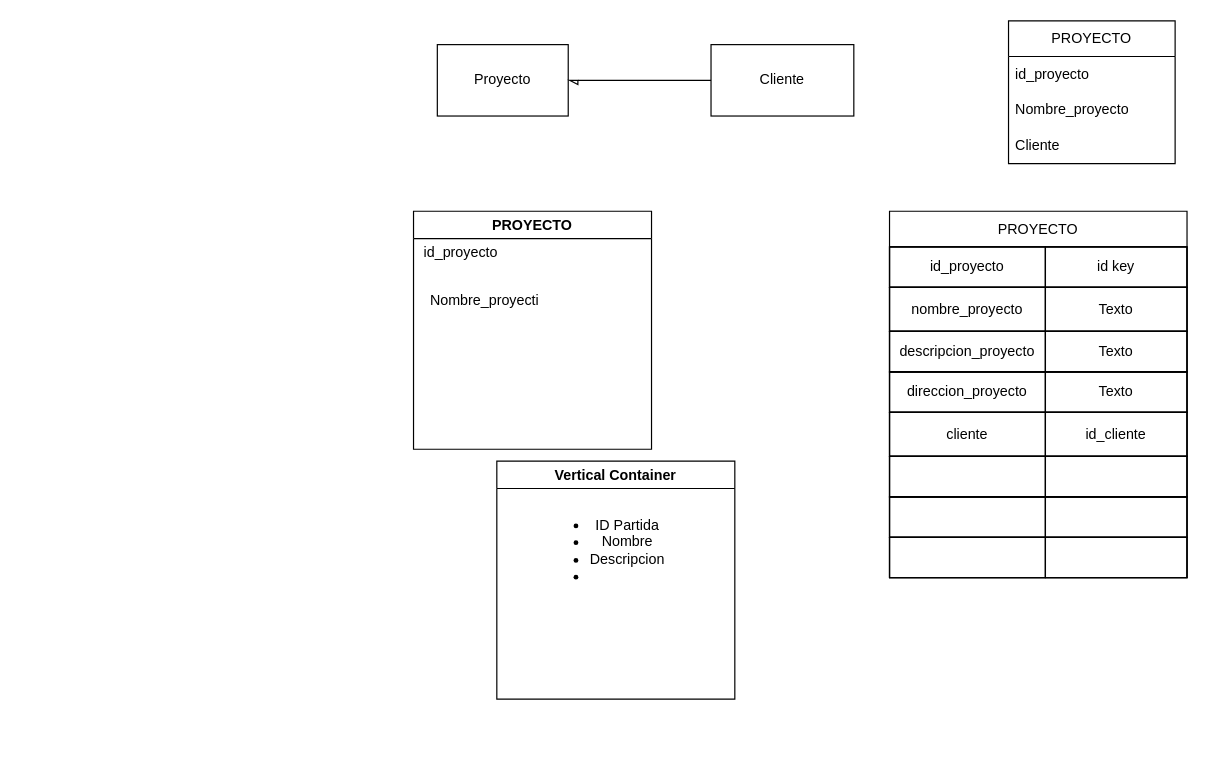
The draw.io diagram Base_datos.drawio in joserra71/AdmonObra, before the edit. Source tidied: cells renumbered, new cells numbered last; positions are measured from the earlier drawing's top-left corner, leaving out a move shared by most shapes. Both pictures are drawn from the tidied source at 119%, with x=0, y=0 at pixel (413, 20).
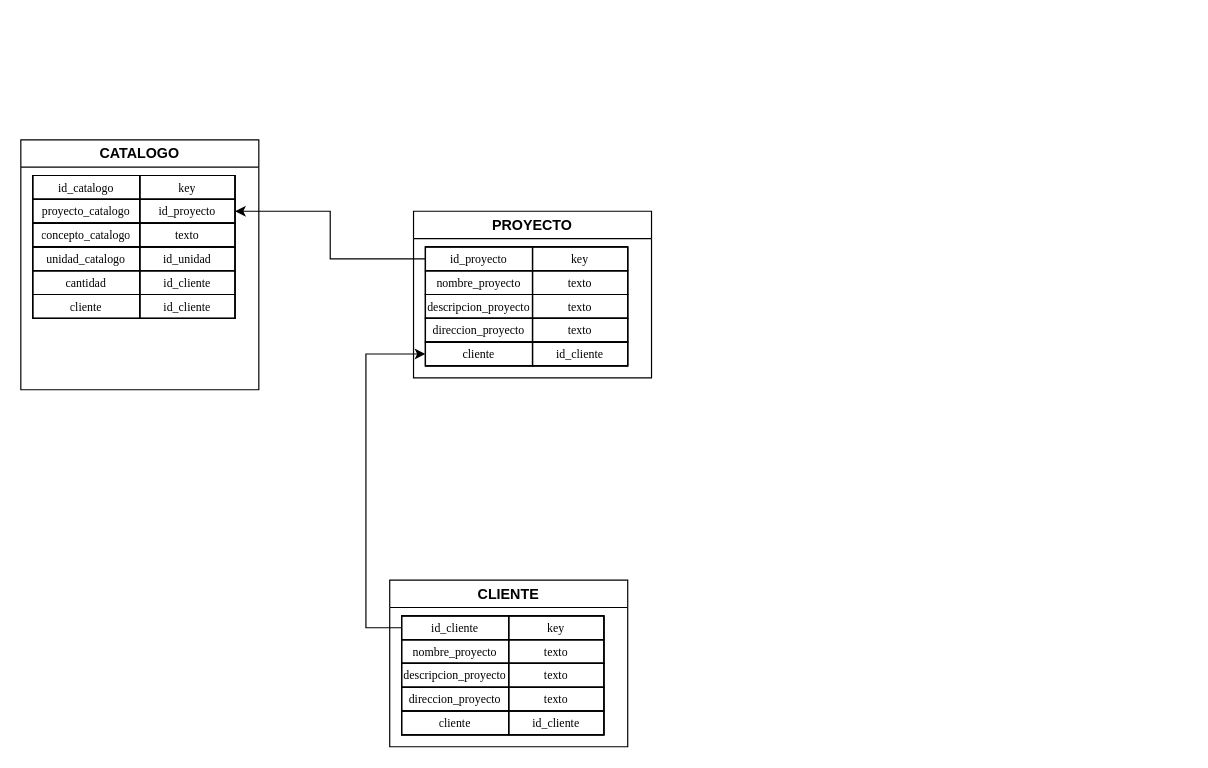
Above is the later version.

The edit, as a diff of the source:
```diff
@@
-    <mxCell id="2" value="Proyecto" style="whiteSpace=wrap;html=1;" parent="1" vertex="1">
-      <mxGeometry x="20" y="20" width="110" height="60" as="geometry" />
-    </mxCell>
-    <mxCell id="3" value="Cliente" style="whiteSpace=wrap;html=1;" parent="1" vertex="1">
-      <mxGeometry x="250" y="20" width="120" height="60" as="geometry" />
-    </mxCell>
-    <mxCell id="4" style="endArrow=async;html=1;rounded=0;defaultLabelBackgroundColor=page;endFill=0;entryX=1;entryY=0.5;entryDx=0;entryDy=0;exitX=0;exitY=0.5;exitDx=0;exitDy=0;" parent="1" edge="1" source="3" target="2">
-      <mxGeometry x="-0.15" relative="1" as="geometry">
-        <Array as="points">
-          <mxPoint x="200" y="50" />
-        </Array>
-      </mxGeometry>
-    </mxCell>
-    <mxCell id="5" value="Vertical Container" style="swimlane;whiteSpace=wrap;html=1;" parent="1" vertex="1">
-      <mxGeometry x="70" y="370" width="200" height="200" as="geometry" />
-    </mxCell>
-    <mxCell id="6" value="&lt;ul&gt;&lt;li&gt;ID Partida&lt;/li&gt;&lt;li&gt;Nombre&lt;/li&gt;&lt;li&gt;Descripcion&lt;/li&gt;&lt;li&gt;&lt;br&gt;&lt;/li&gt;&lt;/ul&gt;" style="text;html=1;whiteSpace=wrap;strokeColor=none;fillColor=none;align=center;verticalAlign=middle;rounded=0;" parent="5" vertex="1">
-      <mxGeometry x="30" y="60" width="120" height="30" as="geometry" />
-    </mxCell>
     <mxCell id="7" value="PROYECTO" style="swimlane;whiteSpace=wrap;html=1;" parent="1" vertex="1">
-      <mxGeometry y="160" width="200" height="200" as="geometry" />
+      <mxGeometry y="160" width="200" height="140" as="geometry" />
     </mxCell>
-    <mxCell id="8" value="id_proyecto" style="text;html=1;whiteSpace=wrap;strokeColor=none;fillColor=none;align=center;verticalAlign=middle;rounded=0;" parent="7" vertex="1">
-      <mxGeometry x="10" y="20" width="60" height="30" as="geometry" />
-    </mxCell>
-    <mxCell id="9" value="Nombre_proyecti" style="text;html=1;whiteSpace=wrap;strokeColor=none;fillColor=none;align=center;verticalAlign=middle;rounded=0;" parent="1" vertex="1">
-      <mxGeometry x="30" y="220" width="60" height="30" as="geometry" />
-    </mxCell>
-    <mxCell id="10" value="PROYECTO" style="swimlane;fontStyle=0;horizontal=1;startSize=30;whiteSpace=wrap;html=1;" parent="1" vertex="1">
-      <mxGeometry x="500" width="140" height="120" as="geometry" />
-    </mxCell>
-    <mxCell id="11" value="id_proyecto" style="text;strokeColor=none;fillColor=none;align=left;verticalAlign=middle;spacingLeft=4;spacingRight=4;overflow=hidden;whiteSpace=wrap;html=1;" parent="10" vertex="1">
-      <mxGeometry y="30" width="140" height="30" as="geometry" />
-    </mxCell>
-    <mxCell id="12" value="Nombre_proyecto" style="text;strokeColor=none;fillColor=none;align=left;verticalAlign=middle;spacingLeft=4;spacingRight=4;overflow=hidden;whiteSpace=wrap;html=1;" parent="10" vertex="1">
-      <mxGeometry y="60" width="140" height="30" as="geometry" />
-    </mxCell>
-    <mxCell id="13" value="Cliente" style="text;strokeColor=none;fillColor=none;align=left;verticalAlign=middle;spacingLeft=4;spacingRight=4;overflow=hidden;whiteSpace=wrap;html=1;" parent="10" vertex="1">
-      <mxGeometry y="90" width="140" height="30" as="geometry" />
-    </mxCell>
-    <mxCell id="14" value="PROYECTO" style="shape=table;startSize=30;childLayout=tableLayout;fixedHeader=1;tableRender=collapsed;" parent="1" vertex="1">
-      <mxGeometry x="400" y="160" width="250" height="308" as="geometry" />
-    </mxCell>
-    <mxCell id="15" style="shape=tableRow;horizontal=0;startSize=0;swimlaneHead=0;swimlaneBody=0;strokeColor=inherit;fillColor=none;fixedHeader=1;" parent="14" vertex="1">
-      <mxGeometry y="30" width="250" height="34" as="geometry" />
-    </mxCell>
-    <mxCell id="16" value="id_proyecto" style="shape=partialRectangle;html=1;whiteSpace=wrap;strokeColor=inherit;overflow=hidden;fillColor=none;" parent="15" vertex="1">
-      <mxGeometry width="131" height="34" as="geometry" />
-    </mxCell>
-    <mxCell id="17" value="id key" style="shape=partialRectangle;html=1;whiteSpace=wrap;strokeColor=inherit;overflow=hidden;fillColor=none;" parent="15" vertex="1">
-      <mxGeometry x="131" width="119" height="34" as="geometry" />
-    </mxCell>
-    <mxCell id="18" style="shape=tableRow;horizontal=0;startSize=0;swimlaneHead=0;swimlaneBody=0;strokeColor=inherit;fillColor=none;fixedHeader=1;" parent="14" vertex="1">
-      <mxGeometry y="64" width="250" height="37" as="geometry" />
-    </mxCell>
-    <mxCell id="19" value="nombre_proyecto" style="shape=partialRectangle;html=1;whiteSpace=wrap;strokeColor=inherit;overflow=hidden;fillColor=none;" parent="18" vertex="1">
-      <mxGeometry width="131" height="37" as="geometry" />
-    </mxCell>
-    <mxCell id="20" value="Texto" style="shape=partialRectangle;html=1;whiteSpace=wrap;strokeColor=inherit;overflow=hidden;fillColor=none;" parent="18" vertex="1">
-      <mxGeometry x="131" width="119" height="37" as="geometry" />
-    </mxCell>
-    <mxCell id="21" style="shape=tableRow;horizontal=0;startSize=0;swimlaneHead=0;swimlaneBody=0;strokeColor=inherit;fillColor=none;fixedHeader=1;" parent="14" vertex="1">
-      <mxGeometry y="101" width="250" height="34" as="geometry" />
-    </mxCell>
-    <mxCell id="22" value="descripcion_proyecto" style="shape=partialRectangle;html=1;whiteSpace=wrap;strokeColor=inherit;overflow=hidden;fillColor=none;" parent="21" vertex="1">
-      <mxGeometry width="131" height="34" as="geometry" />
-    </mxCell>
-    <mxCell id="23" value="Texto" style="shape=partialRectangle;html=1;whiteSpace=wrap;strokeColor=inherit;overflow=hidden;fillColor=none;" parent="21" vertex="1">
-      <mxGeometry x="131" width="119" height="34" as="geometry" />
-    </mxCell>
-    <mxCell id="24" style="shape=tableRow;horizontal=0;startSize=0;swimlaneHead=0;swimlaneBody=0;strokeColor=inherit;fillColor=none;fixedHeader=1;" parent="14" vertex="1">
-      <mxGeometry y="135" width="250" height="34" as="geometry" />
-    </mxCell>
-    <mxCell id="25" value="direccion_proyecto" style="shape=partialRectangle;html=1;whiteSpace=wrap;strokeColor=inherit;overflow=hidden;fillColor=none;" parent="24" vertex="1">
-      <mxGeometry width="131" height="34" as="geometry" />
-    </mxCell>
-    <mxCell id="26" value="Texto" style="shape=partialRectangle;html=1;whiteSpace=wrap;strokeColor=inherit;overflow=hidden;fillColor=none;" parent="24" vertex="1">
-      <mxGeometry x="131" width="119" height="34" as="geometry" />
-    </mxCell>
-    <mxCell id="27" style="shape=tableRow;horizontal=0;startSize=0;swimlaneHead=0;swimlaneBody=0;strokeColor=inherit;fillColor=none;fixedHeader=1;" parent="14" vertex="1">
-      <mxGeometry y="169" width="250" height="37" as="geometry" />
-    </mxCell>
-    <mxCell id="28" value="cliente" style="shape=partialRectangle;html=1;whiteSpace=wrap;strokeColor=inherit;overflow=hidden;fillColor=none;" parent="27" vertex="1">
-      <mxGeometry width="131" height="37" as="geometry" />
-    </mxCell>
-    <mxCell id="29" value="id_cliente" style="shape=partialRectangle;html=1;whiteSpace=wrap;strokeColor=inherit;overflow=hidden;fillColor=none;" parent="27" vertex="1">
-      <mxGeometry x="131" width="119" height="37" as="geometry" />
-    </mxCell>
-    <mxCell id="30" style="shape=tableRow;horizontal=0;startSize=0;swimlaneHead=0;swimlaneBody=0;strokeColor=inherit;fillColor=none;fixedHeader=1;" parent="14" vertex="1">
-      <mxGeometry y="206" width="250" height="34" as="geometry" />
-    </mxCell>
-    <mxCell id="31" style="shape=partialRectangle;html=1;whiteSpace=wrap;strokeColor=inherit;overflow=hidden;fillColor=none;" parent="30" vertex="1">
-      <mxGeometry width="131" height="34" as="geometry" />
-    </mxCell>
-    <mxCell id="32" style="shape=partialRectangle;html=1;whiteSpace=wrap;strokeColor=inherit;overflow=hidden;fillColor=none;" parent="30" vertex="1">
-      <mxGeometry x="131" width="119" height="34" as="geometry" />
-    </mxCell>
-    <mxCell id="33" style="shape=tableRow;horizontal=0;startSize=0;swimlaneHead=0;swimlaneBody=0;strokeColor=inherit;fillColor=none;fixedHeader=1;" parent="14" vertex="1">
-      <mxGeometry y="240" width="250" height="34" as="geometry" />
-    </mxCell>
-    <mxCell id="34" style="shape=partialRectangle;html=1;whiteSpace=wrap;strokeColor=inherit;overflow=hidden;fillColor=none;" parent="33" vertex="1">
-      <mxGeometry width="131" height="34" as="geometry" />
-    </mxCell>
-    <mxCell id="35" style="shape=partialRectangle;html=1;whiteSpace=wrap;strokeColor=inherit;overflow=hidden;fillColor=none;" parent="33" vertex="1">
-      <mxGeometry x="131" width="119" height="34" as="geometry" />
-    </mxCell>
-    <mxCell id="36" style="shape=tableRow;horizontal=0;startSize=0;swimlaneHead=0;swimlaneBody=0;strokeColor=inherit;fillColor=none;fixedHeader=1;" parent="14" vertex="1">
-      <mxGeometry y="274" width="250" height="34" as="geometry" />
-    </mxCell>
-    <mxCell id="37" style="shape=partialRectangle;html=1;whiteSpace=wrap;strokeColor=inherit;overflow=hidden;fillColor=none;" parent="36" vertex="1">
-      <mxGeometry width="131" height="34" as="geometry" />
-    </mxCell>
-    <mxCell id="38" style="shape=partialRectangle;html=1;whiteSpace=wrap;strokeColor=inherit;overflow=hidden;fillColor=none;" parent="36" vertex="1">
-      <mxGeometry x="131" width="119" height="34" as="geometry" />
-    </mxCell>
+    <mxCell id="39" style="shape=table;startSize=0;childLayout=tableLayout;fixedHeader=1;tableRender=collapsed;" parent="7" vertex="1">
+      <mxGeometry x="10" y="30" width="170" height="100" as="geometry" />
+    </mxCell>
+    <mxCell id="40" style="shape=tableRow;horizontal=0;startSize=0;swimlaneHead=0;swimlaneBody=0;strokeColor=inherit;fillColor=none;points=[[0,0.5],[1,0.5]];portConstraint=eastwest;fixedHeader=1;" parent="39" vertex="1">
+      <mxGeometry width="170" height="20" as="geometry" />
+    </mxCell>
+    <mxCell id="41" value="id_proyecto" style="shape=partialRectangle;html=1;whiteSpace=wrap;strokeColor=inherit;overflow=hidden;fillColor=none;fontFamily=Garamond;fontSize=10;" parent="40" vertex="1">
+      <mxGeometry width="90" height="20" as="geometry" />
+    </mxCell>
+    <mxCell id="42" value="key" style="shape=partialRectangle;html=1;whiteSpace=wrap;strokeColor=inherit;overflow=hidden;fillColor=none;fontFamily=Garamond;fontSize=10;" parent="40" vertex="1">
+      <mxGeometry x="90" width="80" height="20" as="geometry" />
+    </mxCell>
+    <mxCell id="43" style="shape=tableRow;horizontal=0;startSize=0;swimlaneHead=0;swimlaneBody=0;strokeColor=inherit;fillColor=none;fixedHeader=1;" parent="39" vertex="1">
+      <mxGeometry y="20" width="170" height="20" as="geometry" />
+    </mxCell>
+    <mxCell id="44" value="nombre_proyecto" style="shape=partialRectangle;html=1;whiteSpace=wrap;strokeColor=inherit;overflow=hidden;fillColor=none;fontFamily=Garamond;fontSize=10;" parent="43" vertex="1">
+      <mxGeometry width="90" height="20" as="geometry" />
+    </mxCell>
+    <mxCell id="45" value="texto" style="shape=partialRectangle;html=1;whiteSpace=wrap;strokeColor=inherit;overflow=hidden;fillColor=none;fontFamily=Garamond;fontSize=10;" parent="43" vertex="1">
+      <mxGeometry x="90" width="80" height="20" as="geometry" />
+    </mxCell>
+    <mxCell id="46" style="shape=tableRow;horizontal=0;startSize=0;swimlaneHead=0;swimlaneBody=0;strokeColor=inherit;fillColor=none;fixedHeader=1;" parent="39" vertex="1">
+      <mxGeometry y="40" width="170" height="20" as="geometry" />
+    </mxCell>
+    <mxCell id="47" value="descripcion_proyecto" style="shape=partialRectangle;html=1;whiteSpace=wrap;strokeColor=inherit;overflow=hidden;fillColor=none;fontFamily=Garamond;fontSize=10;" parent="46" vertex="1">
+      <mxGeometry width="90" height="20" as="geometry" />
+    </mxCell>
+    <mxCell id="48" value="texto" style="shape=partialRectangle;html=1;whiteSpace=wrap;strokeColor=inherit;overflow=hidden;fillColor=none;fontFamily=Garamond;fontSize=10;" parent="46" vertex="1">
+      <mxGeometry x="90" width="80" height="20" as="geometry" />
+    </mxCell>
+    <mxCell id="49" style="shape=tableRow;horizontal=0;startSize=0;swimlaneHead=0;swimlaneBody=0;strokeColor=inherit;fillColor=none;fixedHeader=1;" parent="39" vertex="1">
+      <mxGeometry y="60" width="170" height="20" as="geometry" />
+    </mxCell>
+    <mxCell id="50" value="direccion_proyecto" style="shape=partialRectangle;html=1;whiteSpace=wrap;strokeColor=inherit;overflow=hidden;fillColor=none;fontFamily=Garamond;fontSize=10;" parent="49" vertex="1">
+      <mxGeometry width="90" height="20" as="geometry" />
+    </mxCell>
+    <mxCell id="51" value="texto" style="shape=partialRectangle;html=1;whiteSpace=wrap;strokeColor=inherit;overflow=hidden;fillColor=none;fontFamily=Garamond;fontSize=10;" parent="49" vertex="1">
+      <mxGeometry x="90" width="80" height="20" as="geometry" />
+    </mxCell>
+    <mxCell id="52" style="shape=tableRow;horizontal=0;startSize=0;swimlaneHead=0;swimlaneBody=0;strokeColor=inherit;fillColor=none;points=[[0,0.5],[1,0.5]];portConstraint=eastwest;fixedHeader=1;" parent="39" vertex="1">
+      <mxGeometry y="80" width="170" height="20" as="geometry" />
+    </mxCell>
+    <mxCell id="53" value="cliente" style="shape=partialRectangle;html=1;whiteSpace=wrap;strokeColor=inherit;overflow=hidden;fillColor=none;fontFamily=Garamond;fontSize=10;" parent="52" vertex="1">
+      <mxGeometry width="90" height="20" as="geometry" />
+    </mxCell>
+    <mxCell id="54" value="id_cliente" style="shape=partialRectangle;html=1;whiteSpace=wrap;strokeColor=inherit;overflow=hidden;fillColor=none;fontFamily=Garamond;fontSize=10;" parent="52" vertex="1">
+      <mxGeometry x="90" width="80" height="20" as="geometry" />
+    </mxCell>
+    <mxCell id="55" value="CLIENTE" style="swimlane;whiteSpace=wrap;html=1;" parent="1" vertex="1">
+      <mxGeometry x="-20" y="470" width="200" height="140" as="geometry" />
+    </mxCell>
+    <mxCell id="56" style="shape=table;startSize=0;childLayout=tableLayout;fixedHeader=1;tableRender=collapsed;" parent="55" vertex="1">
+      <mxGeometry x="10" y="30" width="170" height="100" as="geometry" />
+    </mxCell>
+    <mxCell id="57" style="shape=tableRow;horizontal=0;startSize=0;swimlaneHead=0;swimlaneBody=0;strokeColor=inherit;fillColor=none;points=[[0,0.5],[1,0.5]];portConstraint=eastwest;fixedHeader=1;" parent="56" vertex="1">
+      <mxGeometry width="170" height="20" as="geometry" />
+    </mxCell>
+    <mxCell id="58" value="id_cliente" style="shape=partialRectangle;html=1;whiteSpace=wrap;strokeColor=inherit;overflow=hidden;fillColor=none;fontFamily=Garamond;fontSize=10;" parent="57" vertex="1">
+      <mxGeometry width="90" height="20" as="geometry" />
+    </mxCell>
+    <mxCell id="59" value="key" style="shape=partialRectangle;html=1;whiteSpace=wrap;strokeColor=inherit;overflow=hidden;fillColor=none;fontFamily=Garamond;fontSize=10;" parent="57" vertex="1">
+      <mxGeometry x="90" width="80" height="20" as="geometry" />
+    </mxCell>
+    <mxCell id="60" style="shape=tableRow;horizontal=0;startSize=0;swimlaneHead=0;swimlaneBody=0;strokeColor=inherit;fillColor=none;fixedHeader=1;" parent="56" vertex="1">
+      <mxGeometry y="20" width="170" height="20" as="geometry" />
+    </mxCell>
+    <mxCell id="61" value="nombre_proyecto" style="shape=partialRectangle;html=1;whiteSpace=wrap;strokeColor=inherit;overflow=hidden;fillColor=none;fontFamily=Garamond;fontSize=10;" parent="60" vertex="1">
+      <mxGeometry width="90" height="20" as="geometry" />
+    </mxCell>
+    <mxCell id="62" value="texto" style="shape=partialRectangle;html=1;whiteSpace=wrap;strokeColor=inherit;overflow=hidden;fillColor=none;fontFamily=Garamond;fontSize=10;" parent="60" vertex="1">
+      <mxGeometry x="90" width="80" height="20" as="geometry" />
+    </mxCell>
+    <mxCell id="63" style="shape=tableRow;horizontal=0;startSize=0;swimlaneHead=0;swimlaneBody=0;strokeColor=inherit;fillColor=none;fixedHeader=1;" parent="56" vertex="1">
+      <mxGeometry y="40" width="170" height="20" as="geometry" />
+    </mxCell>
+    <mxCell id="64" value="descripcion_proyecto" style="shape=partialRectangle;html=1;whiteSpace=wrap;strokeColor=inherit;overflow=hidden;fillColor=none;fontFamily=Garamond;fontSize=10;" parent="63" vertex="1">
+      <mxGeometry width="90" height="20" as="geometry" />
+    </mxCell>
+    <mxCell id="65" value="texto" style="shape=partialRectangle;html=1;whiteSpace=wrap;strokeColor=inherit;overflow=hidden;fillColor=none;fontFamily=Garamond;fontSize=10;" parent="63" vertex="1">
+      <mxGeometry x="90" width="80" height="20" as="geometry" />
+    </mxCell>
+    <mxCell id="66" style="shape=tableRow;horizontal=0;startSize=0;swimlaneHead=0;swimlaneBody=0;strokeColor=inherit;fillColor=none;fixedHeader=1;" parent="56" vertex="1">
+      <mxGeometry y="60" width="170" height="20" as="geometry" />
+    </mxCell>
+    <mxCell id="67" value="direccion_proyecto" style="shape=partialRectangle;html=1;whiteSpace=wrap;strokeColor=inherit;overflow=hidden;fillColor=none;fontFamily=Garamond;fontSize=10;" parent="66" vertex="1">
+      <mxGeometry width="90" height="20" as="geometry" />
+    </mxCell>
+    <mxCell id="68" value="texto" style="shape=partialRectangle;html=1;whiteSpace=wrap;strokeColor=inherit;overflow=hidden;fillColor=none;fontFamily=Garamond;fontSize=10;" parent="66" vertex="1">
+      <mxGeometry x="90" width="80" height="20" as="geometry" />
+    </mxCell>
+    <mxCell id="69" style="shape=tableRow;horizontal=0;startSize=0;swimlaneHead=0;swimlaneBody=0;strokeColor=inherit;fillColor=none;fixedHeader=1;" parent="56" vertex="1">
+      <mxGeometry y="80" width="170" height="20" as="geometry" />
+    </mxCell>
+    <mxCell id="70" value="cliente" style="shape=partialRectangle;html=1;whiteSpace=wrap;strokeColor=inherit;overflow=hidden;fillColor=none;fontFamily=Garamond;fontSize=10;" parent="69" vertex="1">
+      <mxGeometry width="90" height="20" as="geometry" />
+    </mxCell>
+    <mxCell id="71" value="id_cliente" style="shape=partialRectangle;html=1;whiteSpace=wrap;strokeColor=inherit;overflow=hidden;fillColor=none;fontFamily=Garamond;fontSize=10;" parent="69" vertex="1">
+      <mxGeometry x="90" width="80" height="20" as="geometry" />
+    </mxCell>
+    <mxCell id="72" style="edgeStyle=orthogonalEdgeStyle;rounded=0;jettySize=auto;html=1;entryX=0;entryY=0.5;entryDx=0;entryDy=0;defaultLabelBackgroundColor=page;fontColor=#000066;labelBorderColor=light-dark(default, #220b75);" parent="1" edge="1" source="57" target="52">
+      <mxGeometry x="0.64" relative="1" as="geometry">
+        <Array as="points">
+          <mxPoint x="-40" y="510" />
+          <mxPoint x="-40" y="280" />
+        </Array>
+      </mxGeometry>
+    </mxCell>
+    <mxCell id="73" value="CATALOGO" style="swimlane;whiteSpace=wrap;html=1;" parent="1" vertex="1">
+      <mxGeometry x="-330" y="100" width="200" height="210" as="geometry" />
+    </mxCell>
+    <mxCell id="74" style="shape=table;startSize=0;childLayout=tableLayout;fixedHeader=1;tableRender=collapsed;" parent="73" vertex="1">
+      <mxGeometry x="10" y="30" width="170" height="120" as="geometry" />
+    </mxCell>
+    <mxCell id="75" style="shape=tableRow;horizontal=0;startSize=0;swimlaneHead=0;swimlaneBody=0;strokeColor=inherit;fillColor=none;fixedHeader=1;" parent="74" vertex="1">
+      <mxGeometry width="170" height="20" as="geometry" />
+    </mxCell>
+    <mxCell id="76" value="id_catalogo" style="shape=partialRectangle;html=1;whiteSpace=wrap;strokeColor=inherit;overflow=hidden;fillColor=none;fontFamily=Garamond;fontSize=10;" parent="75" vertex="1">
+      <mxGeometry width="90" height="20" as="geometry" />
+    </mxCell>
+    <mxCell id="77" value="key" style="shape=partialRectangle;html=1;whiteSpace=wrap;strokeColor=inherit;overflow=hidden;fillColor=none;fontFamily=Garamond;fontSize=10;" parent="75" vertex="1">
+      <mxGeometry x="90" width="80" height="20" as="geometry" />
+    </mxCell>
+    <mxCell id="78" style="shape=tableRow;horizontal=0;startSize=0;swimlaneHead=0;swimlaneBody=0;strokeColor=inherit;fillColor=none;points=[[0,0.5],[1,0.5]];portConstraint=eastwest;fixedHeader=1;" parent="74" vertex="1">
+      <mxGeometry y="20" width="170" height="20" as="geometry" />
+    </mxCell>
+    <mxCell id="79" value="proyecto_catalogo" style="shape=partialRectangle;html=1;whiteSpace=wrap;strokeColor=inherit;overflow=hidden;fillColor=none;fontFamily=Garamond;fontSize=10;" parent="78" vertex="1">
+      <mxGeometry width="90" height="20" as="geometry" />
+    </mxCell>
+    <mxCell id="80" value="id_proyecto" style="shape=partialRectangle;html=1;whiteSpace=wrap;strokeColor=inherit;overflow=hidden;fillColor=none;fontFamily=Garamond;fontSize=10;" parent="78" vertex="1">
+      <mxGeometry x="90" width="80" height="20" as="geometry" />
+    </mxCell>
+    <mxCell id="81" style="shape=tableRow;horizontal=0;startSize=0;swimlaneHead=0;swimlaneBody=0;strokeColor=inherit;fillColor=none;fixedHeader=1;" parent="74" vertex="1">
+      <mxGeometry y="40" width="170" height="20" as="geometry" />
+    </mxCell>
+    <mxCell id="82" value="concepto_catalogo" style="shape=partialRectangle;html=1;whiteSpace=wrap;strokeColor=inherit;overflow=hidden;fillColor=none;fontFamily=Garamond;fontSize=10;" parent="81" vertex="1">
+      <mxGeometry width="90" height="20" as="geometry" />
+    </mxCell>
+    <mxCell id="83" value="texto" style="shape=partialRectangle;html=1;whiteSpace=wrap;strokeColor=inherit;overflow=hidden;fillColor=none;fontFamily=Garamond;fontSize=10;" parent="81" vertex="1">
+      <mxGeometry x="90" width="80" height="20" as="geometry" />
+    </mxCell>
+    <mxCell id="84" style="shape=tableRow;horizontal=0;startSize=0;swimlaneHead=0;swimlaneBody=0;strokeColor=inherit;fillColor=none;fixedHeader=1;" parent="74" vertex="1">
+      <mxGeometry y="60" width="170" height="20" as="geometry" />
+    </mxCell>
+    <mxCell id="85" value="unidad_catalogo" style="shape=partialRectangle;html=1;whiteSpace=wrap;strokeColor=inherit;overflow=hidden;fillColor=none;fontFamily=Garamond;fontSize=10;" parent="84" vertex="1">
+      <mxGeometry width="90" height="20" as="geometry" />
+    </mxCell>
+    <mxCell id="86" value="id_unidad" style="shape=partialRectangle;html=1;whiteSpace=wrap;strokeColor=inherit;overflow=hidden;fillColor=none;fontFamily=Garamond;fontSize=10;" parent="84" vertex="1">
+      <mxGeometry x="90" width="80" height="20" as="geometry" />
+    </mxCell>
+    <mxCell id="87" style="shape=tableRow;horizontal=0;startSize=0;swimlaneHead=0;swimlaneBody=0;strokeColor=inherit;fillColor=none;fixedHeader=1;" parent="74" vertex="1">
+      <mxGeometry y="80" width="170" height="20" as="geometry" />
+    </mxCell>
+    <mxCell id="88" value="cantidad" style="shape=partialRectangle;html=1;whiteSpace=wrap;strokeColor=inherit;overflow=hidden;fillColor=none;fontFamily=Garamond;fontSize=10;" parent="87" vertex="1">
+      <mxGeometry width="90" height="20" as="geometry" />
+    </mxCell>
+    <mxCell id="89" value="id_cliente" style="shape=partialRectangle;html=1;whiteSpace=wrap;strokeColor=inherit;overflow=hidden;fillColor=none;fontFamily=Garamond;fontSize=10;" parent="87" vertex="1">
+      <mxGeometry x="90" width="80" height="20" as="geometry" />
+    </mxCell>
+    <mxCell id="90" style="shape=tableRow;horizontal=0;startSize=0;swimlaneHead=0;swimlaneBody=0;strokeColor=inherit;fillColor=none;fixedHeader=1;" parent="74" vertex="1">
+      <mxGeometry y="100" width="170" height="20" as="geometry" />
+    </mxCell>
+    <mxCell id="91" value="cliente" style="shape=partialRectangle;html=1;whiteSpace=wrap;strokeColor=inherit;overflow=hidden;fillColor=none;fontFamily=Garamond;fontSize=10;" parent="90" vertex="1">
+      <mxGeometry width="90" height="20" as="geometry" />
+    </mxCell>
+    <mxCell id="92" value="id_cliente" style="shape=partialRectangle;html=1;whiteSpace=wrap;strokeColor=inherit;overflow=hidden;fillColor=none;fontFamily=Garamond;fontSize=10;" parent="90" vertex="1">
+      <mxGeometry x="90" width="80" height="20" as="geometry" />
+    </mxCell>
+    <mxCell id="93" style="edgeStyle=orthogonalEdgeStyle;rounded=0;jettySize=auto;html=1;exitX=0;exitY=0.5;exitDx=0;exitDy=0;entryX=1;entryY=0.5;entryDx=0;entryDy=0;defaultLabelBackgroundColor=page;" parent="1" edge="1" source="40" target="78">
+      <mxGeometry relative="1" as="geometry" />
+    </mxCell>
```
